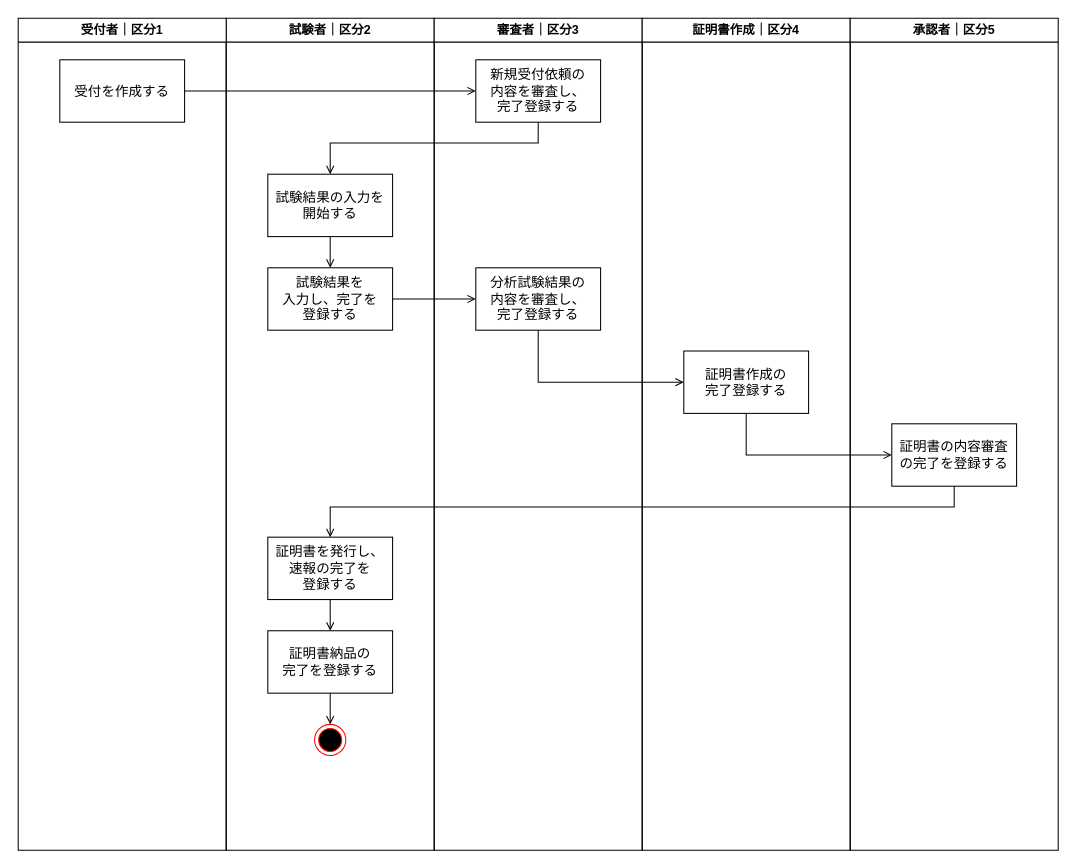
Earlier version of the draw.io diagram page "通知フロー図" (5 of 6) of NELAB.drawio (kaoru387/draw.io). Source tidied: cells renumbered, new cells numbered last; positions are measured from the earlier drawing's top-left corner, leaving out a move shared by most shapes. Both pictures are drawn from the tidied source at 104%, with x=0, y=0 at pixel (18, 18).
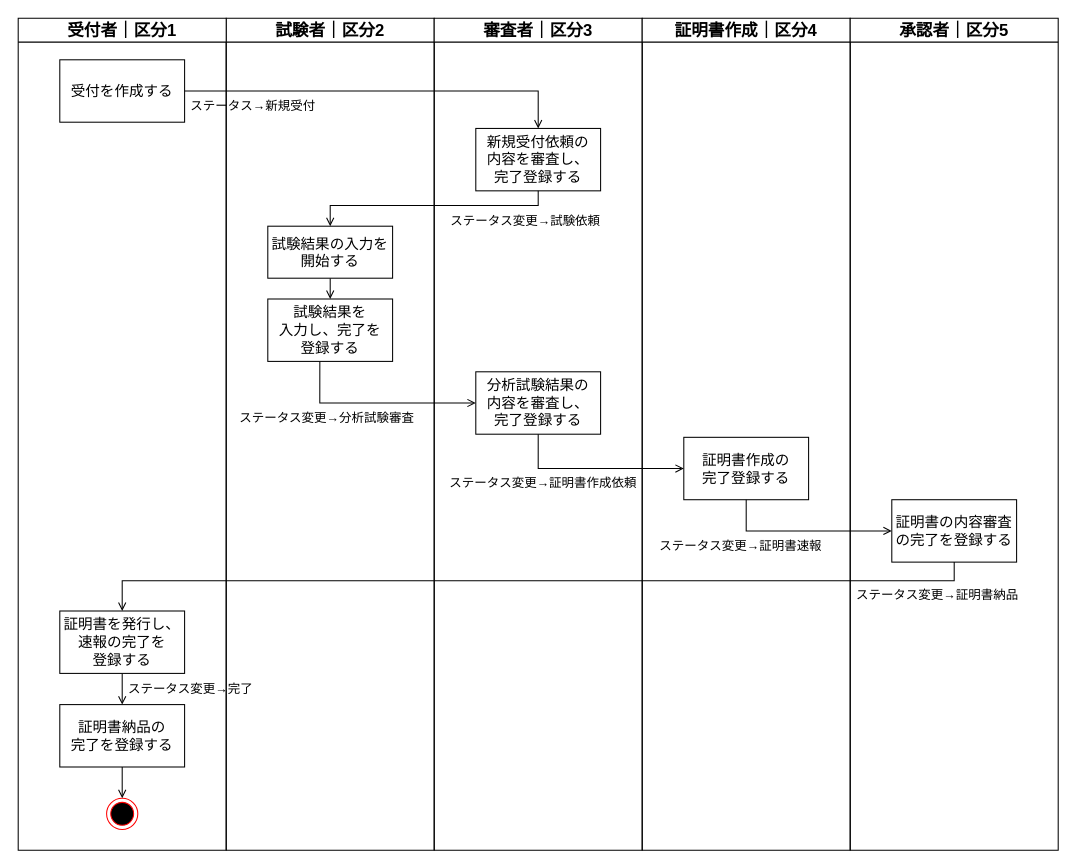
After the change.

Commit message:
NELAB.drawio を更新します

Diff of the diagram source:
```diff
@@
-    <mxCell id="2" value="試験者｜区分2" style="swimlane;whiteSpace=wrap;html=1;" parent="1" vertex="1">
+    <mxCell id="2" value="試験者｜区分2" style="swimlane;whiteSpace=wrap;html=1;fontSize=16;" parent="1" vertex="1">
       <mxGeometry x="200" width="200" height="800" as="geometry" />
     </mxCell>
-    <mxCell id="3" style="edgeStyle=orthogonalEdgeStyle;rounded=0;jettySize=auto;html=1;exitX=0.5;exitY=1;exitDx=0;exitDy=0;entryX=0.5;entryY=0;entryDx=0;entryDy=0;endArrow=open;endFill=0;" parent="2" edge="1" source="4" target="5">
+    <mxCell id="3" style="edgeStyle=orthogonalEdgeStyle;rounded=0;jettySize=auto;html=1;exitX=0.5;exitY=1;exitDx=0;exitDy=0;entryX=0.5;entryY=0;entryDx=0;entryDy=0;endArrow=open;endFill=0;fontSize=14;" parent="2" edge="1" source="4" target="5">
       <mxGeometry relative="1" as="geometry" />
     </mxCell>
-    <mxCell id="4" value="&lt;span style=&quot;font-size: 13px;&quot;&gt;試験結果の入力を&lt;/span&gt;&lt;div&gt;&lt;span style=&quot;font-size: 13px;&quot;&gt;開始する&lt;/span&gt;&lt;/div&gt;" style="rounded=0;whiteSpace=wrap;html=1;" parent="2" vertex="1">
-      <mxGeometry x="40" y="150" width="120" height="60" as="geometry" />
+    <mxCell id="4" value="&lt;span style=&quot;font-size: 14px;&quot;&gt;試験結果の入力を&lt;/span&gt;&lt;div style=&quot;font-size: 14px;&quot;&gt;&lt;span style=&quot;font-size: 14px;&quot;&gt;開始する&lt;/span&gt;&lt;/div&gt;" style="rounded=0;whiteSpace=wrap;html=1;fontSize=14;" parent="2" vertex="1">
+      <mxGeometry x="40" y="200" width="120" height="50" as="geometry" />
     </mxCell>
-    <mxCell id="5" value="&lt;font style=&quot;font-size: 13px;&quot;&gt;試験結果を&lt;/font&gt;&lt;div&gt;&lt;font style=&quot;font-size: 13px;&quot;&gt;入力し、完了を&lt;/font&gt;&lt;/div&gt;&lt;div&gt;&lt;font style=&quot;font-size: 13px;&quot;&gt;登録する&lt;/font&gt;&lt;/div&gt;" style="rounded=0;whiteSpace=wrap;html=1;" parent="2" vertex="1">
-      <mxGeometry x="40" y="240" width="120" height="60" as="geometry" />
+    <mxCell id="5" value="&lt;font style=&quot;font-size: 14px;&quot;&gt;試験結果を&lt;/font&gt;&lt;div style=&quot;font-size: 14px;&quot;&gt;&lt;font style=&quot;font-size: 14px;&quot;&gt;入力し、完了を&lt;/font&gt;&lt;/div&gt;&lt;div style=&quot;font-size: 14px;&quot;&gt;&lt;font style=&quot;font-size: 14px;&quot;&gt;登録する&lt;/font&gt;&lt;/div&gt;" style="rounded=0;whiteSpace=wrap;html=1;fontSize=14;" parent="2" vertex="1">
+      <mxGeometry x="40" y="270" width="120" height="60" as="geometry" />
     </mxCell>
-    <mxCell id="6" value="&lt;span style=&quot;font-size: 13px;&quot;&gt;証明書を発行し、&lt;/span&gt;&lt;div&gt;&lt;span style=&quot;font-size: 13px; background-color: initial;&quot;&gt;速報の&lt;/span&gt;&lt;span style=&quot;background-color: initial; font-size: 13px;&quot;&gt;完了を&lt;/span&gt;&lt;/div&gt;&lt;div&gt;&lt;span style=&quot;background-color: initial; font-size: 13px;&quot;&gt;登録&lt;/span&gt;&lt;span style=&quot;background-color: initial; font-size: 13px;&quot;&gt;する&lt;/span&gt;&lt;/div&gt;" style="rounded=0;whiteSpace=wrap;html=1;" parent="2" vertex="1">
-      <mxGeometry x="40" y="499" width="120" height="60" as="geometry" />
-    </mxCell>
-    <mxCell id="7" value="&lt;span style=&quot;font-size: 13px;&quot;&gt;証明書納品の&lt;/span&gt;&lt;div&gt;&lt;span style=&quot;background-color: initial; font-size: 13px;&quot;&gt;完了を&lt;/span&gt;&lt;span style=&quot;background-color: initial; font-size: 13px;&quot;&gt;登録&lt;/span&gt;&lt;span style=&quot;background-color: initial; font-size: 13px;&quot;&gt;する&lt;/span&gt;&lt;/div&gt;" style="rounded=0;whiteSpace=wrap;html=1;" parent="2" vertex="1">
-      <mxGeometry x="40" y="589" width="120" height="60" as="geometry" />
-    </mxCell>
+    <mxCell id="26" value="ステータス→新規受付" style="text;strokeColor=none;fillColor=none;align=left;verticalAlign=middle;spacingLeft=4;spacingRight=4;overflow=hidden;whiteSpace=wrap;html=1;" parent="2" vertex="1">
+      <mxGeometry x="-40" y="70" width="177" height="30" as="geometry" />
+    </mxCell>
+    <mxCell id="27" value="ステータス変更→分析試験審査" style="text;strokeColor=none;fillColor=none;align=left;verticalAlign=middle;spacingLeft=4;spacingRight=4;overflow=hidden;whiteSpace=wrap;html=1;" parent="2" vertex="1">
+      <mxGeometry x="7" y="370" width="190" height="30" as="geometry" />
+    </mxCell>
+    <mxCell id="28" value="ステータス変更→完了" style="text;strokeColor=none;fillColor=none;align=left;verticalAlign=middle;spacingLeft=4;spacingRight=4;overflow=hidden;whiteSpace=wrap;html=1;" parent="2" vertex="1">
+      <mxGeometry x="-100" y="630" width="190" height="30" as="geometry" />
+    </mxCell>
+    <mxCell id="11" value="審査者｜区分3" style="swimlane;whiteSpace=wrap;html=1;fontSize=16;" parent="1" vertex="1">
+      <mxGeometry x="400" width="200" height="800" as="geometry" />
+    </mxCell>
+    <mxCell id="12" value="&lt;font style=&quot;font-size: 14px;&quot;&gt;新規受付依頼の&lt;/font&gt;&lt;div style=&quot;font-size: 14px;&quot;&gt;&lt;font style=&quot;font-size: 14px;&quot;&gt;内容を審査し、&lt;/font&gt;&lt;/div&gt;&lt;div style=&quot;font-size: 14px;&quot;&gt;&lt;font style=&quot;font-size: 14px;&quot;&gt;完了登録する&lt;/font&gt;&lt;/div&gt;" style="rounded=0;whiteSpace=wrap;html=1;fontSize=14;" parent="11" vertex="1">
+      <mxGeometry x="40" y="106" width="120" height="60" as="geometry" />
+    </mxCell>
+    <mxCell id="13" value="&lt;font style=&quot;font-size: 14px;&quot;&gt;分析試験結果の&lt;/font&gt;&lt;div style=&quot;font-size: 14px;&quot;&gt;&lt;font style=&quot;font-size: 14px;&quot;&gt;内容を審査し、&lt;/font&gt;&lt;/div&gt;&lt;div style=&quot;font-size: 14px;&quot;&gt;&lt;span style=&quot;font-size: 14px; background-color: initial;&quot;&gt;完了登録する&lt;/span&gt;&lt;/div&gt;" style="rounded=0;whiteSpace=wrap;html=1;fontSize=14;" parent="11" vertex="1">
+      <mxGeometry x="40" y="340" width="120" height="60" as="geometry" />
+    </mxCell>
+    <mxCell id="29" value="ステータス変更→試験依頼" style="text;strokeColor=none;fillColor=none;align=left;verticalAlign=middle;spacingLeft=4;spacingRight=4;overflow=hidden;whiteSpace=wrap;html=1;" parent="11" vertex="1">
+      <mxGeometry x="10" y="180" width="177" height="30" as="geometry" />
+    </mxCell>
+    <mxCell id="30" value="ステータス変更→証明書作成依頼" style="text;strokeColor=none;fillColor=none;align=left;verticalAlign=middle;spacingLeft=4;spacingRight=4;overflow=hidden;whiteSpace=wrap;html=1;" parent="11" vertex="1">
+      <mxGeometry x="9" y="432" width="190" height="30" as="geometry" />
+    </mxCell>
+    <mxCell id="14" value="証明書作成｜区分4" style="swimlane;whiteSpace=wrap;html=1;fontSize=16;" parent="1" vertex="1">
+      <mxGeometry x="600" width="200" height="800" as="geometry" />
+    </mxCell>
+    <mxCell id="15" value="&lt;span style=&quot;font-size: 14px;&quot;&gt;証明書作成の&lt;/span&gt;&lt;div style=&quot;font-size: 14px;&quot;&gt;&lt;span style=&quot;font-size: 14px;&quot;&gt;完了登録する&lt;/span&gt;&lt;/div&gt;" style="rounded=0;whiteSpace=wrap;html=1;fontSize=14;" parent="14" vertex="1">
+      <mxGeometry x="40" y="403" width="120" height="60" as="geometry" />
+    </mxCell>
+    <mxCell id="31" value="ステータス変更→証明書速報" style="text;strokeColor=none;fillColor=none;align=left;verticalAlign=middle;spacingLeft=4;spacingRight=4;overflow=hidden;whiteSpace=wrap;html=1;" parent="14" vertex="1">
+      <mxGeometry x="11" y="493" width="190" height="30" as="geometry" />
+    </mxCell>
+    <mxCell id="16" value="承認者｜区分5" style="swimlane;whiteSpace=wrap;html=1;fontSize=16;" parent="1" vertex="1">
+      <mxGeometry x="800" width="200" height="800" as="geometry" />
+    </mxCell>
+    <mxCell id="17" value="&lt;span style=&quot;font-size: 14px;&quot;&gt;証明書の内容審査&lt;/span&gt;&lt;div style=&quot;font-size: 14px;&quot;&gt;&lt;span style=&quot;font-size: 14px;&quot;&gt;の完了を登録する&lt;/span&gt;&lt;/div&gt;" style="rounded=0;whiteSpace=wrap;html=1;fontSize=14;" parent="16" vertex="1">
+      <mxGeometry x="40" y="463" width="120" height="60" as="geometry" />
+    </mxCell>
+    <mxCell id="32" value="ステータス変更→証明書納品" style="text;strokeColor=none;fillColor=none;align=left;verticalAlign=middle;spacingLeft=4;spacingRight=4;overflow=hidden;whiteSpace=wrap;html=1;" parent="16" vertex="1">
+      <mxGeometry y="540" width="190" height="30" as="geometry" />
+    </mxCell>
+    <mxCell id="18" value="受付者｜区分1" style="swimlane;whiteSpace=wrap;html=1;fontSize=16;" parent="1" vertex="1">
+      <mxGeometry width="200" height="800" as="geometry" />
+    </mxCell>
+    <mxCell id="19" value="&lt;font style=&quot;font-size: 14px;&quot;&gt;受付を作成する&lt;/font&gt;" style="rounded=0;whiteSpace=wrap;html=1;fontSize=14;" parent="18" vertex="1">
+      <mxGeometry x="40" y="40" width="120" height="60" as="geometry" />
+    </mxCell>
-    <mxCell id="8" style="ellipse;html=1;shape=endState;fillColor=#000000;strokeColor=#ff0000;" parent="2" vertex="1">
-      <mxGeometry x="85" y="679" width="30" height="30" as="geometry" />
+    <mxCell id="8" style="ellipse;html=1;shape=endState;fillColor=#000000;strokeColor=#ff0000;" parent="18" vertex="1">
+      <mxGeometry x="85" y="750" width="30" height="30" as="geometry" />
     </mxCell>
-    <mxCell id="9" style="rounded=0;jettySize=auto;html=1;endArrow=open;endFill=0;entryX=0.5;entryY=0;entryDx=0;entryDy=0;exitX=0.5;exitY=1;exitDx=0;exitDy=0;" parent="2" edge="1" source="7" target="8">
+    <mxCell id="9" style="rounded=0;jettySize=auto;html=1;endArrow=open;endFill=0;entryX=0.5;entryY=0;entryDx=0;entryDy=0;exitX=0.5;exitY=1;exitDx=0;exitDy=0;" parent="18" edge="1" source="7" target="8">
       <mxGeometry relative="1" as="geometry" />
     </mxCell>
-    <mxCell id="10" style="rounded=0;jettySize=auto;html=1;endArrow=open;endFill=0;" parent="2" edge="1" source="6" target="7">
+    <mxCell id="10" style="rounded=0;jettySize=auto;html=1;endArrow=open;endFill=0;fontSize=14;" parent="18" edge="1" source="6" target="7">
       <mxGeometry relative="1" as="geometry" />
     </mxCell>
-    <mxCell id="11" value="審査者｜区分3" style="swimlane;whiteSpace=wrap;html=1;" parent="1" vertex="1">
-      <mxGeometry x="400" width="200" height="800" as="geometry" />
-    </mxCell>
-    <mxCell id="12" value="&lt;font style=&quot;font-size: 13px;&quot;&gt;新規受付依頼の&lt;/font&gt;&lt;div&gt;&lt;font style=&quot;font-size: 13px;&quot;&gt;内容を審査し、&lt;/font&gt;&lt;/div&gt;&lt;div&gt;&lt;font style=&quot;font-size: 13px;&quot;&gt;完了登録する&lt;/font&gt;&lt;/div&gt;" style="rounded=0;whiteSpace=wrap;html=1;" parent="11" vertex="1">
-      <mxGeometry x="40" y="40" width="120" height="60" as="geometry" />
-    </mxCell>
-    <mxCell id="13" value="&lt;font style=&quot;font-size: 13px;&quot;&gt;分析試験結果の&lt;/font&gt;&lt;div&gt;&lt;font style=&quot;font-size: 13px;&quot;&gt;内容を審査し、&lt;/font&gt;&lt;/div&gt;&lt;div&gt;&lt;span style=&quot;font-size: 13px; background-color: initial;&quot;&gt;完了登録する&lt;/span&gt;&lt;/div&gt;" style="rounded=0;whiteSpace=wrap;html=1;" parent="11" vertex="1">
-      <mxGeometry x="40" y="240" width="120" height="60" as="geometry" />
-    </mxCell>
-    <mxCell id="14" value="証明書作成｜区分4" style="swimlane;whiteSpace=wrap;html=1;" parent="1" vertex="1">
-      <mxGeometry x="600" width="200" height="800" as="geometry" />
-    </mxCell>
-    <mxCell id="15" value="&lt;span style=&quot;font-size: 13px;&quot;&gt;証明書作成の&lt;/span&gt;&lt;div&gt;&lt;span style=&quot;font-size: 13px;&quot;&gt;完了登録する&lt;/span&gt;&lt;/div&gt;" style="rounded=0;whiteSpace=wrap;html=1;" parent="14" vertex="1">
-      <mxGeometry x="40" y="320" width="120" height="60" as="geometry" />
-    </mxCell>
-    <mxCell id="16" value="承認者｜区分5" style="swimlane;whiteSpace=wrap;html=1;" parent="1" vertex="1">
-      <mxGeometry x="800" width="200" height="800" as="geometry" />
-    </mxCell>
-    <mxCell id="17" value="&lt;span style=&quot;font-size: 13px;&quot;&gt;証明書の内容審査&lt;/span&gt;&lt;div&gt;&lt;span style=&quot;font-size: 13px;&quot;&gt;の完了を登録する&lt;/span&gt;&lt;/div&gt;" style="rounded=0;whiteSpace=wrap;html=1;" parent="16" vertex="1">
-      <mxGeometry x="40" y="390" width="120" height="60" as="geometry" />
-    </mxCell>
-    <mxCell id="18" value="受付者｜区分1" style="swimlane;whiteSpace=wrap;html=1;" parent="1" vertex="1">
-      <mxGeometry width="200" height="800" as="geometry" />
-    </mxCell>
-    <mxCell id="19" value="&lt;font style=&quot;font-size: 13px;&quot;&gt;受付を作成する&lt;/font&gt;" style="rounded=0;whiteSpace=wrap;html=1;" parent="18" vertex="1">
-      <mxGeometry x="40" y="40" width="120" height="60" as="geometry" />
-    </mxCell>
-    <mxCell id="20" style="endArrow=open;html=1;rounded=0;exitX=1;exitY=0.5;exitDx=0;exitDy=0;entryX=0;entryY=0.5;entryDx=0;entryDy=0;endFill=0;" parent="1" edge="1" source="19" target="12">
-      <mxGeometry relative="1" as="geometry" />
-    </mxCell>
+    <mxCell id="6" value="&lt;span style=&quot;font-size: 14px;&quot;&gt;証明書を発行し、&lt;/span&gt;&lt;div style=&quot;font-size: 14px;&quot;&gt;&lt;span style=&quot;font-size: 14px; background-color: initial;&quot;&gt;速報の&lt;/span&gt;&lt;span style=&quot;background-color: initial; font-size: 14px;&quot;&gt;完了を&lt;/span&gt;&lt;/div&gt;&lt;div style=&quot;font-size: 14px;&quot;&gt;&lt;span style=&quot;background-color: initial; font-size: 14px;&quot;&gt;登録&lt;/span&gt;&lt;span style=&quot;background-color: initial; font-size: 14px;&quot;&gt;する&lt;/span&gt;&lt;/div&gt;" style="rounded=0;whiteSpace=wrap;html=1;fontSize=14;" parent="18" vertex="1">
+      <mxGeometry x="40" y="570" width="120" height="60" as="geometry" />
+    </mxCell>
+    <mxCell id="7" value="&lt;span style=&quot;font-size: 14px;&quot;&gt;証明書納品の&lt;/span&gt;&lt;div style=&quot;font-size: 14px;&quot;&gt;&lt;span style=&quot;background-color: initial; font-size: 14px;&quot;&gt;完了を&lt;/span&gt;&lt;span style=&quot;background-color: initial; font-size: 14px;&quot;&gt;登録&lt;/span&gt;&lt;span style=&quot;background-color: initial; font-size: 14px;&quot;&gt;する&lt;/span&gt;&lt;/div&gt;" style="rounded=0;whiteSpace=wrap;html=1;fontSize=14;" parent="18" vertex="1">
+      <mxGeometry x="40" y="660" width="120" height="60" as="geometry" />
+    </mxCell>
-    <mxCell id="21" style="edgeStyle=orthogonalEdgeStyle;rounded=0;jettySize=auto;html=1;exitX=0.5;exitY=0;exitDx=0;exitDy=0;entryX=0.5;entryY=1;entryDx=0;entryDy=0;endArrow=none;endFill=0;startArrow=open;startFill=0;" parent="1" edge="1" source="4" target="12">
+    <mxCell id="21" style="edgeStyle=orthogonalEdgeStyle;rounded=0;jettySize=auto;html=1;exitX=0.5;exitY=0;exitDx=0;exitDy=0;entryX=0.5;entryY=1;entryDx=0;entryDy=0;endArrow=none;endFill=0;startArrow=open;startFill=0;fontSize=14;" parent="1" edge="1" source="4" target="12">
       <mxGeometry relative="1" as="geometry">
         <Array as="points">
-          <mxPoint x="300" y="120" />
-          <mxPoint x="500" y="120" />
+          <mxPoint x="300" y="180" />
+          <mxPoint x="500" y="180" />
         </Array>
       </mxGeometry>
     </mxCell>
-    <mxCell id="22" style="edgeStyle=orthogonalEdgeStyle;rounded=0;jettySize=auto;html=1;exitX=1;exitY=0.5;exitDx=0;exitDy=0;entryX=0;entryY=0.5;entryDx=0;entryDy=0;endArrow=open;endFill=0;" parent="1" edge="1" source="5" target="13">
+    <mxCell id="22" style="edgeStyle=orthogonalEdgeStyle;rounded=0;jettySize=auto;html=1;exitX=0.417;exitY=1;exitDx=0;exitDy=0;entryX=0;entryY=0.5;entryDx=0;entryDy=0;endArrow=open;endFill=0;fontSize=14;exitPerimeter=0;" parent="1" edge="1" source="5" target="13">
       <mxGeometry relative="1" as="geometry" />
     </mxCell>
-    <mxCell id="23" style="edgeStyle=orthogonalEdgeStyle;rounded=0;jettySize=auto;html=1;exitX=0;exitY=0.5;exitDx=0;exitDy=0;entryX=0.5;entryY=1;entryDx=0;entryDy=0;endArrow=none;endFill=0;startArrow=open;startFill=0;" parent="1" edge="1" source="15" target="13">
-      <mxGeometry relative="1" as="geometry">
-        <Array as="points">
-          <mxPoint x="500" y="350" />
-        </Array>
-      </mxGeometry>
-    </mxCell>
-    <mxCell id="24" style="edgeStyle=orthogonalEdgeStyle;rounded=0;jettySize=auto;html=1;endArrow=none;endFill=0;startArrow=open;startFill=0;entryX=0.5;entryY=1;entryDx=0;entryDy=0;exitX=0;exitY=0.5;exitDx=0;exitDy=0;" parent="1" edge="1" source="17" target="15">
+    <mxCell id="24" style="edgeStyle=orthogonalEdgeStyle;rounded=0;jettySize=auto;html=1;endArrow=none;endFill=0;startArrow=open;startFill=0;entryX=0.5;entryY=1;entryDx=0;entryDy=0;exitX=0;exitY=0.5;exitDx=0;exitDy=0;fontSize=14;" parent="1" edge="1" source="17" target="15">
       <mxGeometry relative="1" as="geometry">
         <Array as="points">
-          <mxPoint x="700" y="420" />
+          <mxPoint x="700" y="493" />
         </Array>
       </mxGeometry>
     </mxCell>
-    <mxCell id="25" style="edgeStyle=orthogonalEdgeStyle;rounded=0;jettySize=auto;html=1;exitX=0.5;exitY=0;exitDx=0;exitDy=0;entryX=0.5;entryY=1;entryDx=0;entryDy=0;endArrow=none;endFill=0;startArrow=open;startFill=0;" parent="1" edge="1" source="6" target="17">
+    <mxCell id="25" style="edgeStyle=orthogonalEdgeStyle;rounded=0;jettySize=auto;html=1;exitX=0.5;exitY=0;exitDx=0;exitDy=0;entryX=0.5;entryY=1;entryDx=0;entryDy=0;endArrow=none;endFill=0;startArrow=open;startFill=0;fontSize=14;" parent="1" edge="1" source="6" target="17">
       <mxGeometry relative="1" as="geometry">
         <Array as="points">
-          <mxPoint x="300" y="470" />
-          <mxPoint x="900" y="470" />
+          <mxPoint x="100" y="541" />
+          <mxPoint x="900" y="541" />
         </Array>
       </mxGeometry>
     </mxCell>
+    <mxCell id="33" style="edgeStyle=orthogonalEdgeStyle;rounded=0;jettySize=auto;html=1;entryX=1;entryY=0.5;entryDx=0;entryDy=0;endArrow=none;endFill=0;startArrow=open;startFill=0;fontSize=14;exitX=0.5;exitY=0;exitDx=0;exitDy=0;" parent="1" edge="1" source="12" target="19">
+      <mxGeometry relative="1" as="geometry">
+        <Array as="points">
+          <mxPoint x="500" y="70" />
+        </Array>
+      </mxGeometry>
+    </mxCell>
+    <mxCell id="34" style="edgeStyle=orthogonalEdgeStyle;rounded=0;jettySize=auto;html=1;exitX=0.5;exitY=1;exitDx=0;exitDy=0;entryX=0;entryY=0.5;entryDx=0;entryDy=0;endArrow=open;endFill=0;fontSize=14;" parent="1" edge="1" source="13" target="15">
+      <mxGeometry relative="1" as="geometry" />
+    </mxCell>
```
